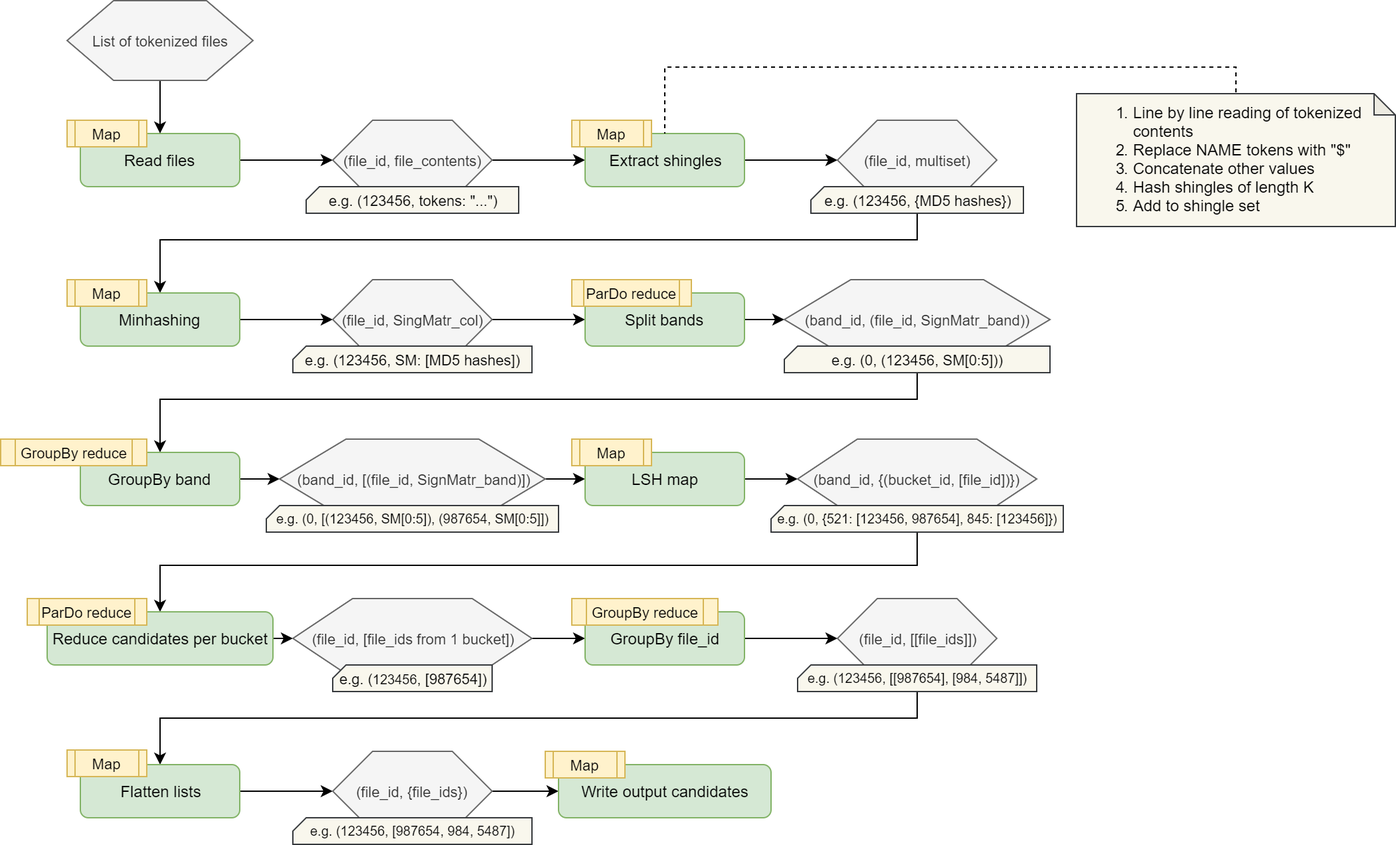
Before: Plagiarism/Reports/images/bda-plagiarism-pipeline-scheme.png, a diagram exported from draw.io (ThenTech/BDA-Assignments). Source tidied: cells renumbered, new cells last; positions are measured from the earlier drawing's top-left corner, leaving out a move shared by most shapes.
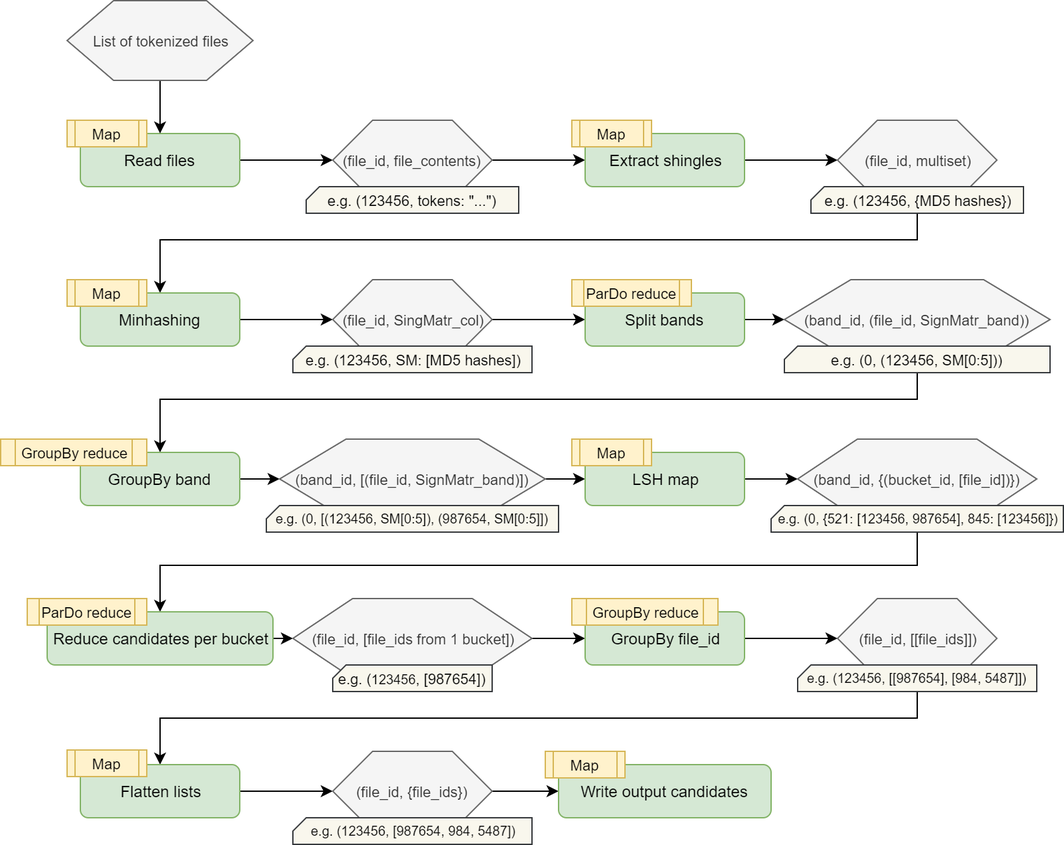
After the commit.

The edit, as a diff of the source:
```diff
@@ -26,18 +26,6 @@
     <mxCell id="9" value="&lt;span style=&quot;text-align: left ; white-space: nowrap&quot;&gt;Extract shingles&lt;/span&gt;" style="rounded=1;whiteSpace=wrap;html=1;fillColor=#d5e8d4;strokeColor=#82b366;" parent="1" vertex="1">
       <mxGeometry x="440" y="100" width="120" height="40" as="geometry" />
     </mxCell>
-    <mxCell id="10" style="edgeStyle=orthogonalEdgeStyle;rounded=0;jettySize=auto;html=1;entryX=0.5;entryY=0;entryDx=0;entryDy=0;endArrow=none;endFill=0;fontSize=11;dashed=1;exitX=0;exitY=0;exitDx=109;exitDy=0;exitPerimeter=0;" parent="1" edge="1" source="11" target="9">
-      <mxGeometry relative="1" as="geometry">
-        <Array as="points">
-          <mxPoint x="930" y="70" />
-          <mxPoint x="930" y="50" />
-          <mxPoint x="500" y="50" />
-        </Array>
-      </mxGeometry>
-    </mxCell>
-    <mxCell id="11" value="&lt;ol&gt;&lt;li&gt;Line by line reading of tokenized contents&lt;/li&gt;&lt;li&gt;Replace NAME tokens with &quot;$&quot;&lt;/li&gt;&lt;li&gt;Concatenate other values&lt;/li&gt;&lt;li&gt;Hash shingles of length K&lt;/li&gt;&lt;li&gt;Add to shingle set&lt;/li&gt;&lt;/ol&gt;" style="shape=note;whiteSpace=wrap;html=1;backgroundOutline=1;darkOpacity=0.05;size=16;align=left;fillColor=#f9f7ed;strokeColor=#36393d;" parent="1" vertex="1">
-      <mxGeometry x="810" y="70" width="240" height="100" as="geometry" />
-    </mxCell>
     <mxCell id="12" style="edgeStyle=orthogonalEdgeStyle;rounded=0;jettySize=auto;html=1;entryX=0.5;entryY=0;entryDx=0;entryDy=0;endArrow=classic;endFill=1;" parent="1" edge="1" source="13" target="15">
       <mxGeometry relative="1" as="geometry">
         <Array as="points">
```
